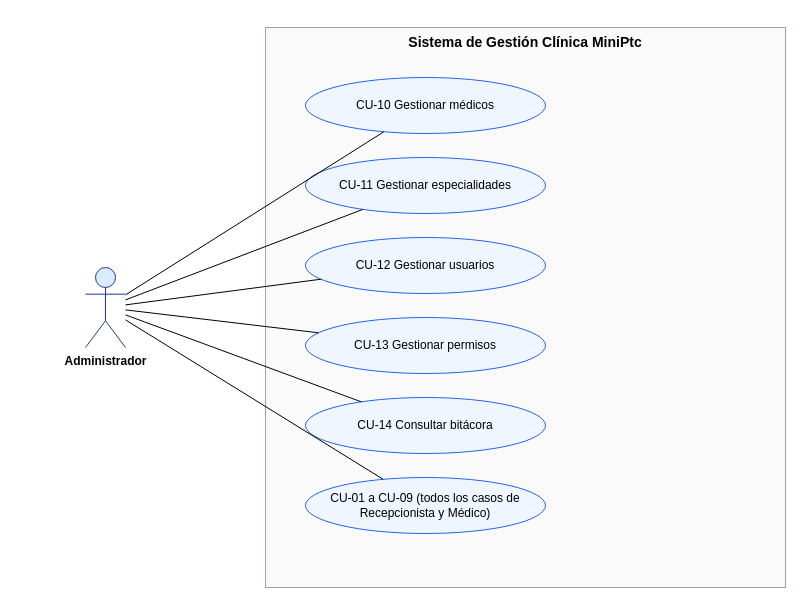
Above: page "Casos de uso - Administrador" (4 of 5) of ClinicaMiniPtc/Documentacion/Diagramas_ClinicaMiniPtc.drawio in lefusotf/mini-ptc (draw.io), before the change. Source tidied: cells renumbered, new cells numbered last; positions are measured from the earlier drawing's top-left corner, leaving out a move shared by most shapes. Both pictures are drawn from the tidied source at 100%, with x=0, y=0 at pixel (85, 27).
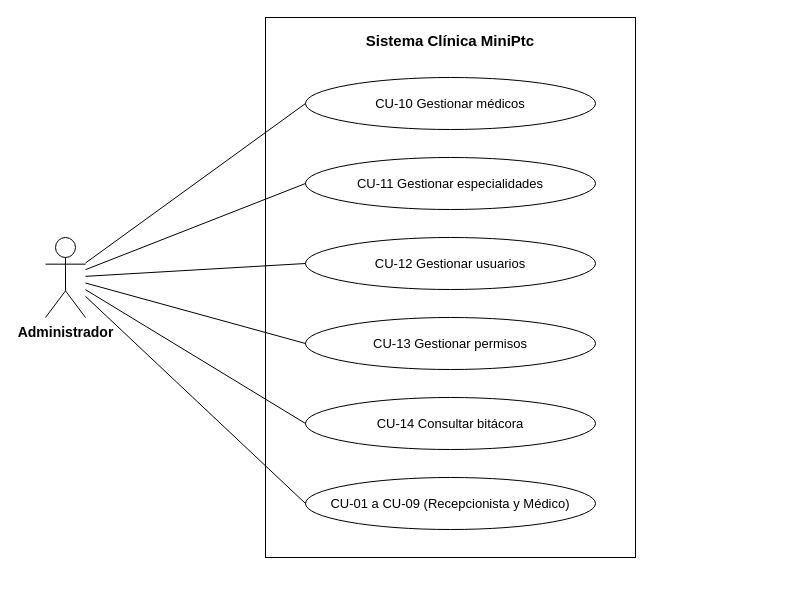
After the change.

Commit message (it also covers changes not shown here):
Casos de uso en draw.io en blanco y negro con notación UML

The edit, as a diff of the source:
```diff
@@
 <mxGraphModel>
   <root>
     <mxCell id="0" />
     <mxCell id="1" parent="0" />
-    <mxCell id="2" value="Sistema de Gestión Clínica MiniPtc" style="rounded=0;whiteSpace=wrap;html=1;fillColor=#FAFAFA;strokeColor=#94A3B8;verticalAlign=top;fontStyle=1;fontSize=14;" parent="1" vertex="1">
-      <mxGeometry x="180" width="520" height="560" as="geometry" />
-    </mxCell>
+    <mxCell id="16" value="Sistema Clínica MiniPtc" style="rounded=0;whiteSpace=wrap;html=1;verticalAlign=top;fontStyle=1;fontSize=15;spacingTop=8;strokeColor=#000000;fontColor=#000000;fillColor=#FFFFFF;" parent="1" vertex="1">
+      <mxGeometry x="180" y="-10" width="370" height="540" as="geometry" />
+    </mxCell>
-    <mxCell id="3" value="Administrador" style="shape=umlActor;verticalLabelPosition=bottom;verticalAlign=top;html=1;outlineConnect=0;fillColor=#DBEAFE;strokeColor=#1E3A8A;fontStyle=1;" parent="1" vertex="1">
-      <mxGeometry y="240" width="40" height="80" as="geometry" />
+    <mxCell id="3" value="Administrador" style="shape=umlActor;verticalLabelPosition=bottom;verticalAlign=top;html=1;outlineConnect=0;fontStyle=1;fontSize=14;strokeColor=#000000;fontColor=#000000;fillColor=#FFFFFF;" parent="1" vertex="1">
+      <mxGeometry x="-40" y="210" width="40" height="80" as="geometry" />
     </mxCell>
-    <mxCell id="4" value="CU-10 Gestionar médicos" style="ellipse;whiteSpace=wrap;html=1;fillColor=#EFF6FF;strokeColor=#2563EB;" parent="1" vertex="1">
-      <mxGeometry x="220" y="50" width="240" height="56" as="geometry" />
+    <mxCell id="4" value="CU-10 Gestionar médicos" style="ellipse;shape=ellipse;perimeter=ellipsePerimeter;whiteSpace=wrap;html=1;fontSize=13;strokeColor=#000000;fontColor=#000000;fillColor=#FFFFFF;" parent="1" vertex="1">
+      <mxGeometry x="220" y="50" width="290" height="52" as="geometry" />
     </mxCell>
+    <mxCell id="10" style="endArrow=none;html=1;strokeColor=#000000;entryX=0;entryY=0.5;entryDx=0;entryDy=0;" parent="1" edge="1" source="3" target="4">
+      <mxGeometry relative="1" as="geometry" />
+    </mxCell>
-    <mxCell id="5" value="CU-11 Gestionar especialidades" style="ellipse;whiteSpace=wrap;html=1;fillColor=#EFF6FF;strokeColor=#2563EB;" parent="1" vertex="1">
-      <mxGeometry x="220" y="130" width="240" height="56" as="geometry" />
+    <mxCell id="5" value="CU-11 Gestionar especialidades" style="ellipse;shape=ellipse;perimeter=ellipsePerimeter;whiteSpace=wrap;html=1;fontSize=13;strokeColor=#000000;fontColor=#000000;fillColor=#FFFFFF;" parent="1" vertex="1">
+      <mxGeometry x="220" y="130" width="290" height="52" as="geometry" />
     </mxCell>
+    <mxCell id="11" style="endArrow=none;html=1;strokeColor=#000000;entryX=0;entryY=0.5;entryDx=0;entryDy=0;" parent="1" edge="1" source="3" target="5">
+      <mxGeometry relative="1" as="geometry" />
+    </mxCell>
-    <mxCell id="6" value="CU-12 Gestionar usuarios" style="ellipse;whiteSpace=wrap;html=1;fillColor=#EFF6FF;strokeColor=#2563EB;" parent="1" vertex="1">
-      <mxGeometry x="220" y="210" width="240" height="56" as="geometry" />
+    <mxCell id="6" value="CU-12 Gestionar usuarios" style="ellipse;shape=ellipse;perimeter=ellipsePerimeter;whiteSpace=wrap;html=1;fontSize=13;strokeColor=#000000;fontColor=#000000;fillColor=#FFFFFF;" parent="1" vertex="1">
+      <mxGeometry x="220" y="210" width="290" height="52" as="geometry" />
     </mxCell>
+    <mxCell id="12" style="endArrow=none;html=1;strokeColor=#000000;entryX=0;entryY=0.5;entryDx=0;entryDy=0;" parent="1" edge="1" source="3" target="6">
+      <mxGeometry relative="1" as="geometry" />
+    </mxCell>
-    <mxCell id="7" value="CU-13 Gestionar permisos" style="ellipse;whiteSpace=wrap;html=1;fillColor=#EFF6FF;strokeColor=#2563EB;" parent="1" vertex="1">
-      <mxGeometry x="220" y="290" width="240" height="56" as="geometry" />
+    <mxCell id="7" value="CU-13 Gestionar permisos" style="ellipse;shape=ellipse;perimeter=ellipsePerimeter;whiteSpace=wrap;html=1;fontSize=13;strokeColor=#000000;fontColor=#000000;fillColor=#FFFFFF;" parent="1" vertex="1">
+      <mxGeometry x="220" y="290" width="290" height="52" as="geometry" />
     </mxCell>
+    <mxCell id="13" style="endArrow=none;html=1;strokeColor=#000000;entryX=0;entryY=0.5;entryDx=0;entryDy=0;" parent="1" edge="1" source="3" target="7">
+      <mxGeometry relative="1" as="geometry" />
+    </mxCell>
-    <mxCell id="8" value="CU-14 Consultar bitácora" style="ellipse;whiteSpace=wrap;html=1;fillColor=#EFF6FF;strokeColor=#2563EB;" parent="1" vertex="1">
-      <mxGeometry x="220" y="370" width="240" height="56" as="geometry" />
+    <mxCell id="8" value="CU-14 Consultar bitácora" style="ellipse;shape=ellipse;perimeter=ellipsePerimeter;whiteSpace=wrap;html=1;fontSize=13;strokeColor=#000000;fontColor=#000000;fillColor=#FFFFFF;" parent="1" vertex="1">
+      <mxGeometry x="220" y="370" width="290" height="52" as="geometry" />
     </mxCell>
-    <mxCell id="9" value="CU-01 a CU-09 (todos los casos de Recepcionista y Médico)" style="ellipse;whiteSpace=wrap;html=1;fillColor=#EFF6FF;strokeColor=#2563EB;" parent="1" vertex="1">
-      <mxGeometry x="220" y="450" width="240" height="56" as="geometry" />
-    </mxCell>
-    <mxCell id="10" style="endArrow=none;html=1;" parent="1" edge="1" source="3" target="4">
-      <mxGeometry relative="1" as="geometry" />
-    </mxCell>
-    <mxCell id="11" style="endArrow=none;html=1;" parent="1" edge="1" source="3" target="5">
-      <mxGeometry relative="1" as="geometry" />
-    </mxCell>
-    <mxCell id="12" style="endArrow=none;html=1;" parent="1" edge="1" source="3" target="6">
-      <mxGeometry relative="1" as="geometry" />
-    </mxCell>
-    <mxCell id="13" style="endArrow=none;html=1;" parent="1" edge="1" source="3" target="7">
-      <mxGeometry relative="1" as="geometry" />
-    </mxCell>
-    <mxCell id="14" style="endArrow=none;html=1;" parent="1" edge="1" source="3" target="8">
+    <mxCell id="14" style="endArrow=none;html=1;strokeColor=#000000;entryX=0;entryY=0.5;entryDx=0;entryDy=0;" parent="1" edge="1" source="3" target="8">
       <mxGeometry relative="1" as="geometry" />
     </mxCell>
-    <mxCell id="15" style="endArrow=none;html=1;" parent="1" edge="1" source="3" target="9">
-      <mxGeometry relative="1" as="geometry" />
-    </mxCell>
+    <mxCell id="17" value="CU-01 a CU-09 (Recepcionista y Médico)" style="ellipse;shape=ellipse;perimeter=ellipsePerimeter;whiteSpace=wrap;html=1;fontSize=13;strokeColor=#000000;fontColor=#000000;fillColor=#FFFFFF;" parent="1" vertex="1">
+      <mxGeometry x="220" y="450" width="290" height="52" as="geometry" />
+    </mxCell>
+    <mxCell id="18" style="endArrow=none;html=1;strokeColor=#000000;entryX=0;entryY=0.5;entryDx=0;entryDy=0;" parent="1" edge="1" source="3" target="17">
+      <mxGeometry relative="1" as="geometry" />
+    </mxCell>
   </root>
 </mxGraphModel>
```
